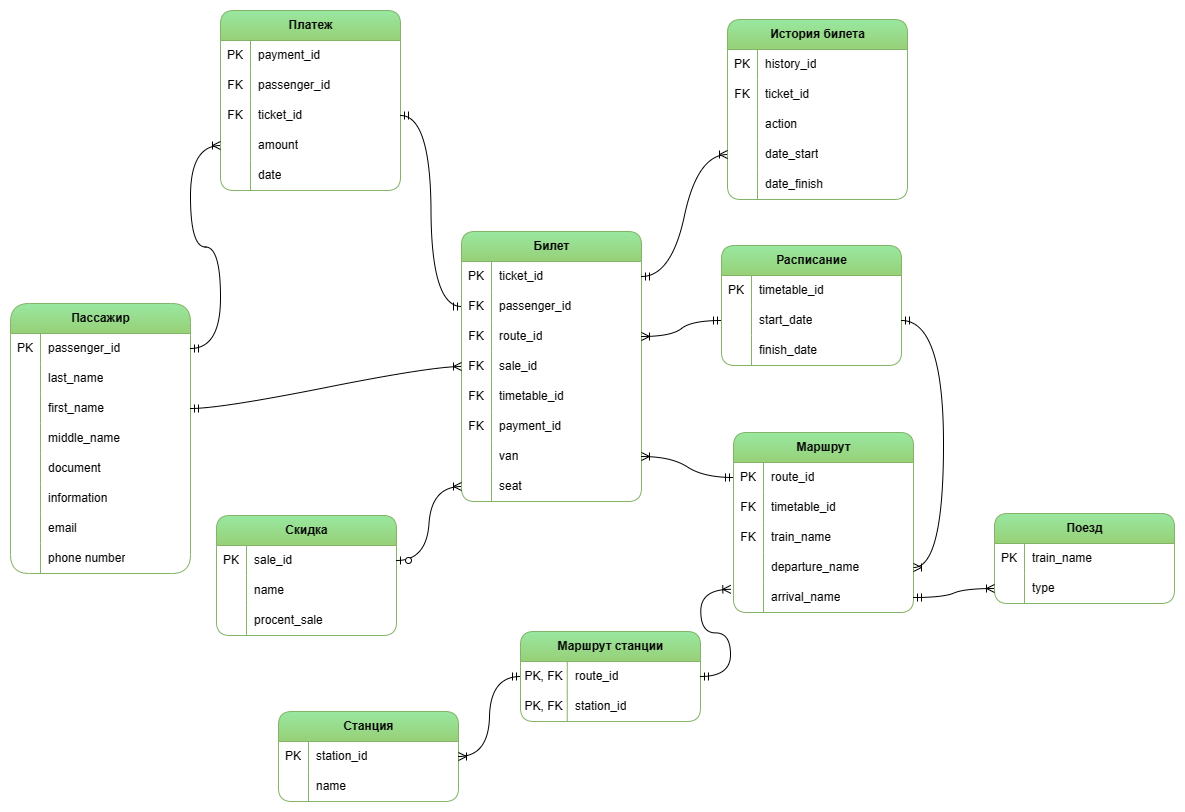
Before: model/logical_model.png, a diagram exported from draw.io (elviiron/db_railway). Source tidied: cells renumbered, new cells last; positions are measured from the earlier drawing's top-left corner, leaving out a move shared by most shapes.
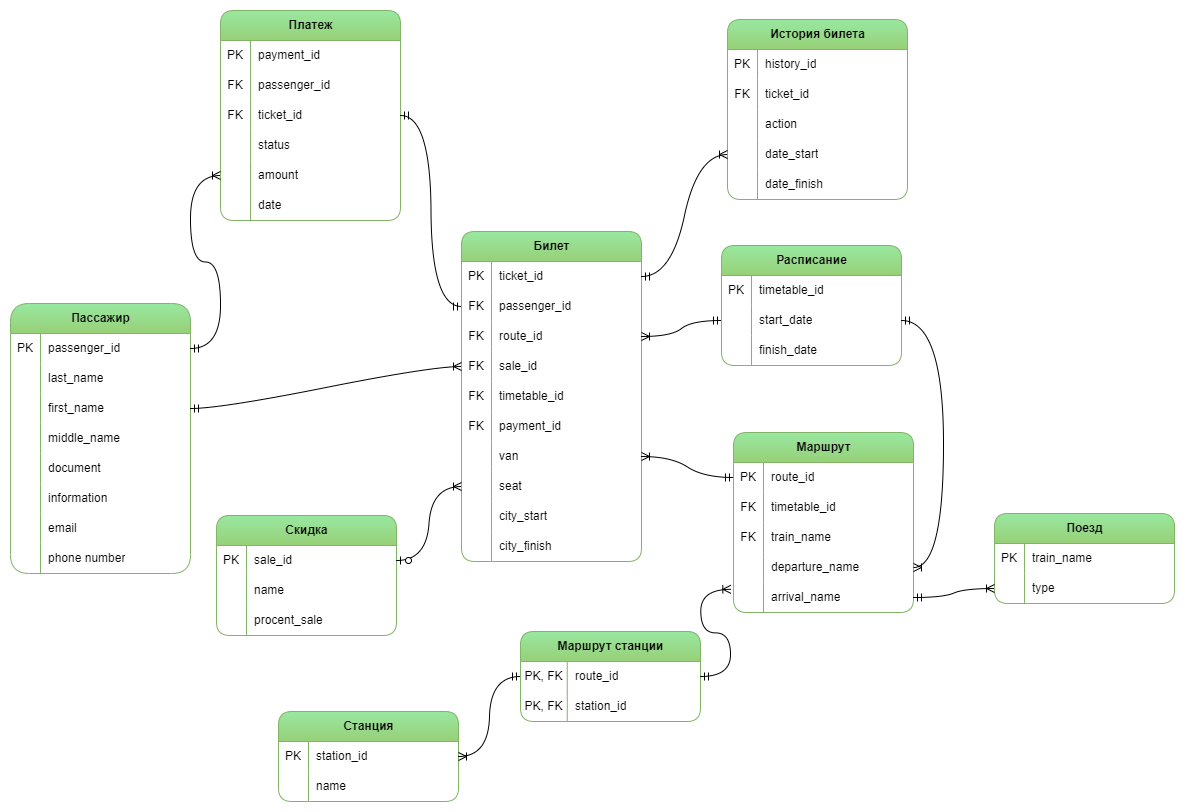
The same file after the commit.

The edit, as a diff of the source:
```diff
@@ -78,7 +78,7 @@
       <mxGeometry x="30" width="150" height="30" as="geometry" />
     </mxCell>
     <mxCell id="27" value="Билет" style="shape=table;startSize=30;rowLines=0;fontStyle=1;align=center;html=1;fillColor=#99E8A1;strokeColor=#82b366;gradientColor=#97d077;rounded=1;shadow=0;" parent="1" vertex="1">
-      <mxGeometry x="451" y="221" width="180" height="270" as="geometry" />
+      <mxGeometry x="451" y="221" width="180" height="330" as="geometry" />
     </mxCell>
     <mxCell id="28" style="shape=tableRow;horizontal=0;startSize=0;swimlaneHead=0;swimlaneBody=0;fillColor=none;points=[[0,0.5],[1,0.5]];portConstraint=eastwest;top=0;left=0;right=0;bottom=1;strokeColor=inherit;strokeWidth=0;opacity=0;" parent="27" vertex="1">
       <mxGeometry y="30" width="180" height="30" as="geometry" />
@@ -152,6 +152,24 @@
     <mxCell id="51" value="seat" style="shape=partialRectangle;fillColor=none;top=0;left=0;bottom=0;right=0;align=left;spacingLeft=6;overflow=hidden;whiteSpace=wrap;html=1;" parent="49" vertex="1">
       <mxGeometry x="30" width="150" height="30" as="geometry" />
     </mxCell>
+    <mxCell id="152" style="shape=tableRow;horizontal=0;startSize=0;swimlaneHead=0;swimlaneBody=0;fillColor=none;top=0;left=0;right=0;bottom=0;" parent="27" vertex="1">
+      <mxGeometry y="270" width="180" height="30" as="geometry" />
+    </mxCell>
+    <mxCell id="153" style="shape=partialRectangle;fillColor=none;top=0;left=0;bottom=0;right=0;overflow=hidden;whiteSpace=wrap;html=1;" parent="152" vertex="1">
+      <mxGeometry width="30" height="30" as="geometry" />
+    </mxCell>
+    <mxCell id="154" value="city_start" style="shape=partialRectangle;fillColor=none;top=0;left=0;bottom=0;right=0;align=left;spacingLeft=6;overflow=hidden;whiteSpace=wrap;html=1;" parent="152" vertex="1">
+      <mxGeometry x="30" width="150" height="30" as="geometry" />
+    </mxCell>
+    <mxCell id="155" style="shape=tableRow;horizontal=0;startSize=0;swimlaneHead=0;swimlaneBody=0;fillColor=none;top=0;left=0;right=0;bottom=0;" parent="27" vertex="1">
+      <mxGeometry y="300" width="180" height="30" as="geometry" />
+    </mxCell>
+    <mxCell id="156" style="shape=partialRectangle;fillColor=none;top=0;left=0;bottom=0;right=0;overflow=hidden;whiteSpace=wrap;html=1;" parent="155" vertex="1">
+      <mxGeometry width="30" height="30" as="geometry" />
+    </mxCell>
+    <mxCell id="157" value="city_finish" style="shape=partialRectangle;fillColor=none;top=0;left=0;bottom=0;right=0;align=left;spacingLeft=6;overflow=hidden;whiteSpace=wrap;html=1;" parent="155" vertex="1">
+      <mxGeometry x="30" width="150" height="30" as="geometry" />
+    </mxCell>
     <mxCell id="52" style="edgeStyle=entityRelationEdgeStyle;fontSize=12;html=1;endArrow=ERoneToMany;startArrow=ERmandOne;exitX=1;exitY=0.5;exitDx=0;exitDy=0;entryX=0;entryY=0.5;entryDx=0;entryDy=0;curved=1;" parent="1" edge="1" source="9">
       <mxGeometry relative="1" as="geometry">
         <mxPoint x="451" y="356" as="targetPoint" />
@@ -227,7 +245,7 @@
       <mxGeometry x="30" width="150" height="30" as="geometry" />
     </mxCell>
     <mxCell id="76" value="Платеж" style="shape=table;startSize=30;rowLines=0;fontStyle=1;align=center;html=1;fillColor=#99E8A1;gradientColor=#97d077;strokeColor=#82b366;rounded=1;" parent="1" vertex="1">
-      <mxGeometry x="210" width="180" height="180" as="geometry" />
+      <mxGeometry x="210" width="180" height="210" as="geometry" />
     </mxCell>
     <mxCell id="77" style="shape=tableRow;horizontal=0;startSize=0;swimlaneHead=0;swimlaneBody=0;fillColor=none;top=0;left=0;right=0;bottom=1;strokeColor=inherit;strokeWidth=0;opacity=0;" parent="76" vertex="1">
       <mxGeometry y="30" width="180" height="30" as="geometry" />
@@ -256,8 +274,17 @@
     <mxCell id="85" value="ticket_id" style="shape=partialRectangle;fillColor=none;top=0;left=0;bottom=0;right=0;align=left;spacingLeft=6;overflow=hidden;whiteSpace=wrap;html=1;" parent="83" vertex="1">
       <mxGeometry x="30" width="150" height="30" as="geometry" />
     </mxCell>
+    <mxCell id="158" style="shape=tableRow;horizontal=0;startSize=0;swimlaneHead=0;swimlaneBody=0;fillColor=none;top=0;left=0;right=0;bottom=0;" parent="76" vertex="1">
+      <mxGeometry y="120" width="180" height="30" as="geometry" />
+    </mxCell>
+    <mxCell id="159" style="shape=partialRectangle;fillColor=none;top=0;left=0;bottom=0;right=0;overflow=hidden;whiteSpace=wrap;html=1;" parent="158" vertex="1">
+      <mxGeometry width="30" height="30" as="geometry" />
+    </mxCell>
+    <mxCell id="160" value="status" style="shape=partialRectangle;fillColor=none;top=0;left=0;bottom=0;right=0;align=left;spacingLeft=6;overflow=hidden;whiteSpace=wrap;html=1;" parent="158" vertex="1">
+      <mxGeometry x="30" width="150" height="30" as="geometry" />
+    </mxCell>
     <mxCell id="86" style="shape=tableRow;horizontal=0;startSize=0;swimlaneHead=0;swimlaneBody=0;fillColor=none;points=[[0,0.5],[1,0.5]];portConstraint=eastwest;top=0;left=0;right=0;bottom=0;" parent="76" vertex="1">
-      <mxGeometry y="120" width="180" height="30" as="geometry" />
+      <mxGeometry y="150" width="180" height="30" as="geometry" />
     </mxCell>
     <mxCell id="87" style="shape=partialRectangle;fillColor=none;top=0;left=0;bottom=0;right=0;overflow=hidden;whiteSpace=wrap;html=1;" parent="86" vertex="1">
       <mxGeometry width="30" height="30" as="geometry" />
@@ -266,7 +293,7 @@
       <mxGeometry x="30" width="150" height="30" as="geometry" />
     </mxCell>
     <mxCell id="89" style="shape=tableRow;horizontal=0;startSize=0;swimlaneHead=0;swimlaneBody=0;fillColor=none;top=0;left=0;right=0;bottom=0;" parent="76" vertex="1">
-      <mxGeometry y="150" width="180" height="30" as="geometry" />
+      <mxGeometry y="180" width="180" height="30" as="geometry" />
     </mxCell>
     <mxCell id="90" style="shape=partialRectangle;fillColor=none;top=0;left=0;bottom=0;right=0;overflow=hidden;whiteSpace=wrap;html=1;" parent="89" vertex="1">
       <mxGeometry width="30" height="30" as="geometry" />
```
